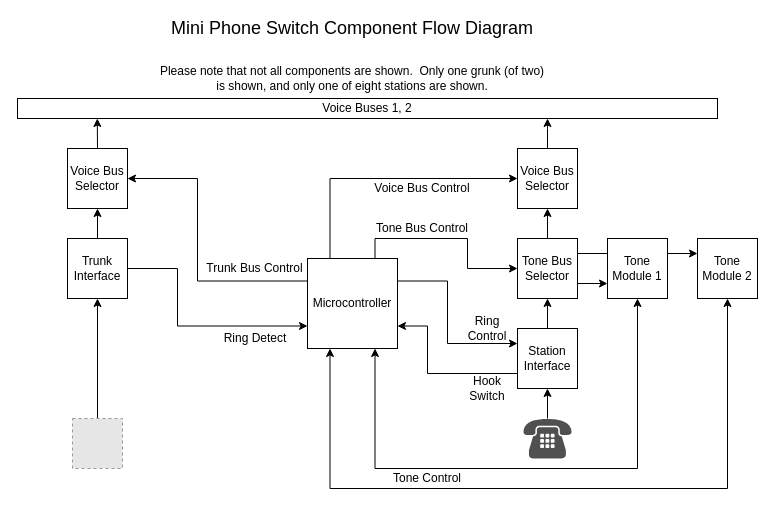
This is Phone Switch.drawio from Ilikemining1/MiniPhoneSwitch, a draw.io file, before an edit. Source tidied: cells renumbered, new cells numbered last; positions are measured from the earlier drawing's top-left corner, leaving out a move shared by most shapes. Both pictures are drawn from the tidied source at 100%, with x=0, y=0 at pixel (17, 18). Pictures stored in the file or linked from it are replaced by grey dashed boxes.
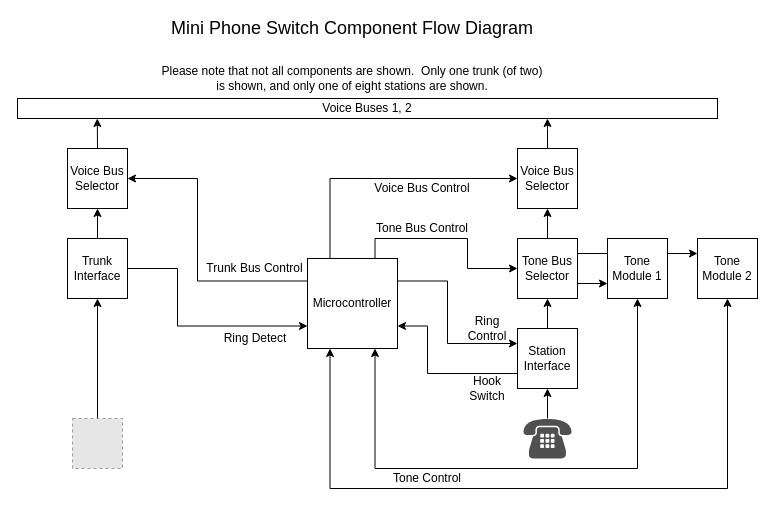
After the change.

Commit message (it also covers changes not shown here):
Fixed typo.  "grunk" is now "trunk"

The edit, as a diff of the source:
```diff
@@
-    <mxCell id="38" value="Please note that not all components are shown.&amp;nbsp; Only one grunk (of two) is shown, and only one of eight stations are shown." style="text;html=1;strokeColor=none;fillColor=none;align=center;verticalAlign=middle;whiteSpace=wrap;rounded=0;" parent="1" vertex="1">
+    <mxCell id="38" value="Please note that not all components are shown.&amp;nbsp; Only one trunk (of two) is shown, and only one of eight stations are shown." style="text;html=1;strokeColor=none;fillColor=none;align=center;verticalAlign=middle;whiteSpace=wrap;rounded=0;" parent="1" vertex="1">
       <mxGeometry x="140" y="50" width="390" height="20" as="geometry" />
     </mxCell>
```
